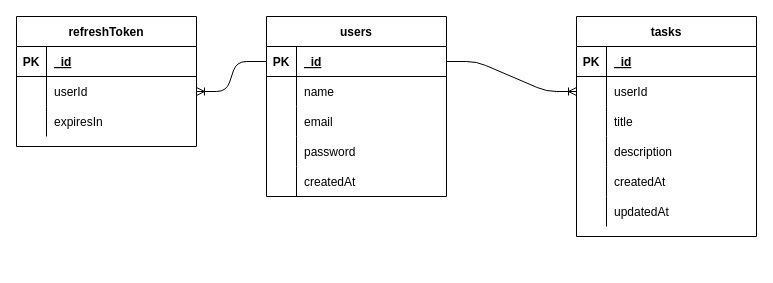
Before: db-diagram.drawio in miguelretroz/teskiando-back-end, a draw.io diagram. Source tidied: cells renumbered, new cells numbered last; positions are measured from the earlier drawing's top-left corner, leaving out a move shared by most shapes. Both pictures are drawn from the tidied source at 100%, with x=0, y=0 at pixel (16, 16).
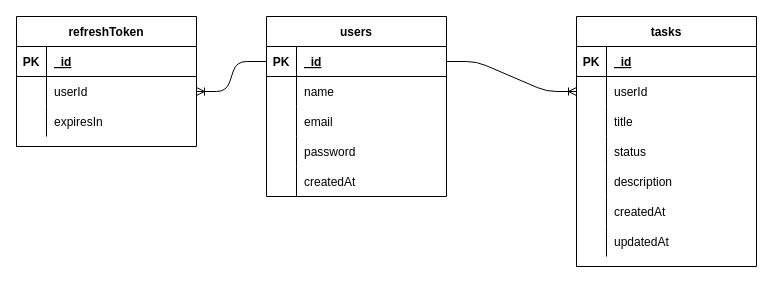
Above is the later version.

The edit, as a diff of the source:
```diff
@@
     <mxCell id="18" value="tasks" style="shape=table;startSize=30;childLayout=tableLayout;rowLines=0;fontStyle=1;align=center;" parent="1" vertex="1">
-      <mxGeometry x="560" width="180" height="220" as="geometry" />
+      <mxGeometry x="560" width="180" height="250" as="geometry" />
     </mxCell>
@@
+    <mxCell id="49" style="shape=partialRectangle;fillColor=none;top=0;left=0;bottom=0;right=0;" parent="18" vertex="1">
+      <mxGeometry y="120" width="180" height="30" as="geometry" />
+    </mxCell>
+    <mxCell id="50" style="shape=partialRectangle;fillColor=none;top=0;left=0;bottom=0;right=0;overflow=hidden;" parent="49" vertex="1">
+      <mxGeometry width="30" height="30" as="geometry" />
+    </mxCell>
+    <mxCell id="51" value="status" style="shape=partialRectangle;fillColor=none;top=0;left=0;bottom=0;right=0;align=left;spacingLeft=6;overflow=hidden;" parent="49" vertex="1">
+      <mxGeometry x="30" width="150" height="30" as="geometry" />
+    </mxCell>
     <mxCell id="28" style="shape=partialRectangle;fillColor=none;top=0;left=0;bottom=0;right=0;" parent="18" vertex="1">
-      <mxGeometry y="120" width="180" height="30" as="geometry" />
+      <mxGeometry y="150" width="180" height="30" as="geometry" />
     </mxCell>
@@
     <mxCell id="31" style="shape=partialRectangle;fillColor=none;top=0;left=0;bottom=0;right=0;" parent="18" vertex="1">
-      <mxGeometry y="150" width="180" height="30" as="geometry" />
+      <mxGeometry y="180" width="180" height="30" as="geometry" />
     </mxCell>
@@
     <mxCell id="34" style="shape=partialRectangle;fillColor=none;top=0;left=0;bottom=0;right=0;" parent="18" vertex="1">
-      <mxGeometry y="180" width="180" height="30" as="geometry" />
+      <mxGeometry y="210" width="180" height="30" as="geometry" />
     </mxCell>
```
